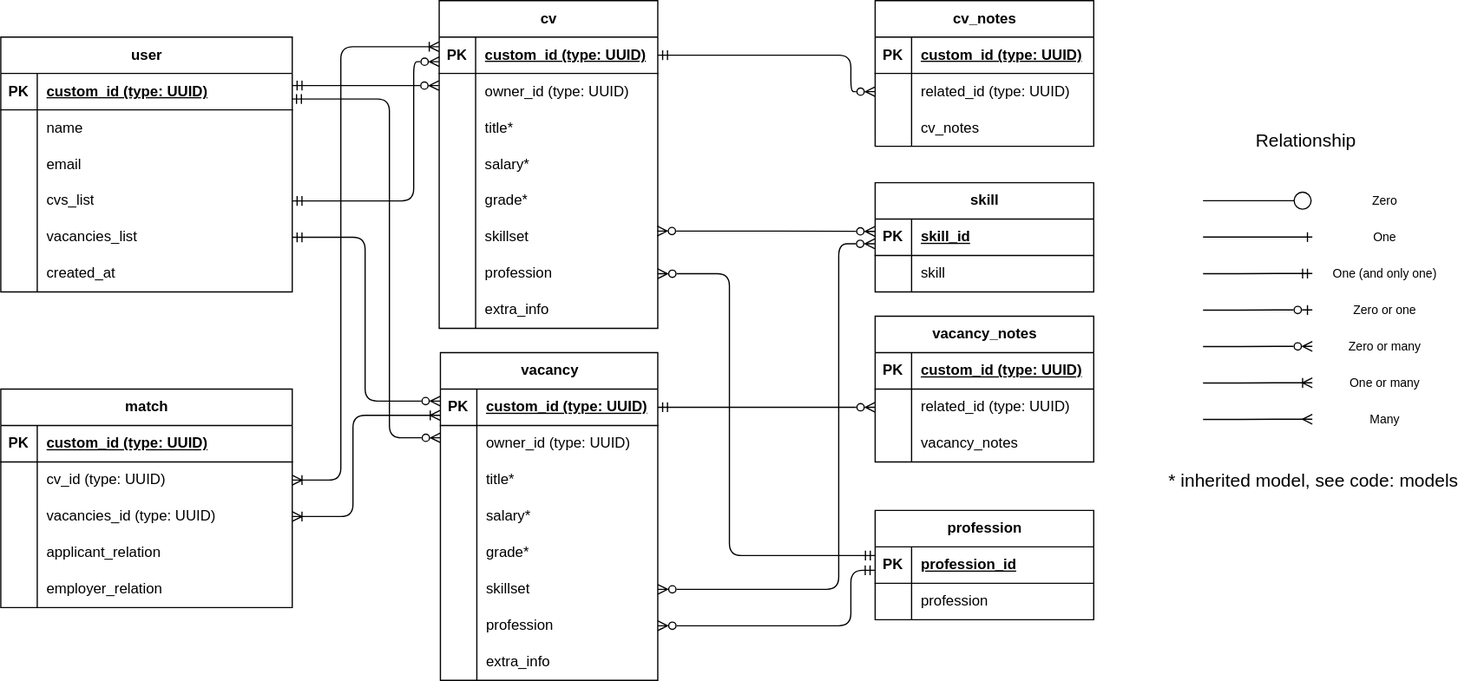
Above: schemabd.svg in BarankinaWork/test (draw.io), before the change. Source tidied: cells renumbered, new cells last; positions are measured from the earlier drawing's top-left corner, leaving out a move shared by most shapes.
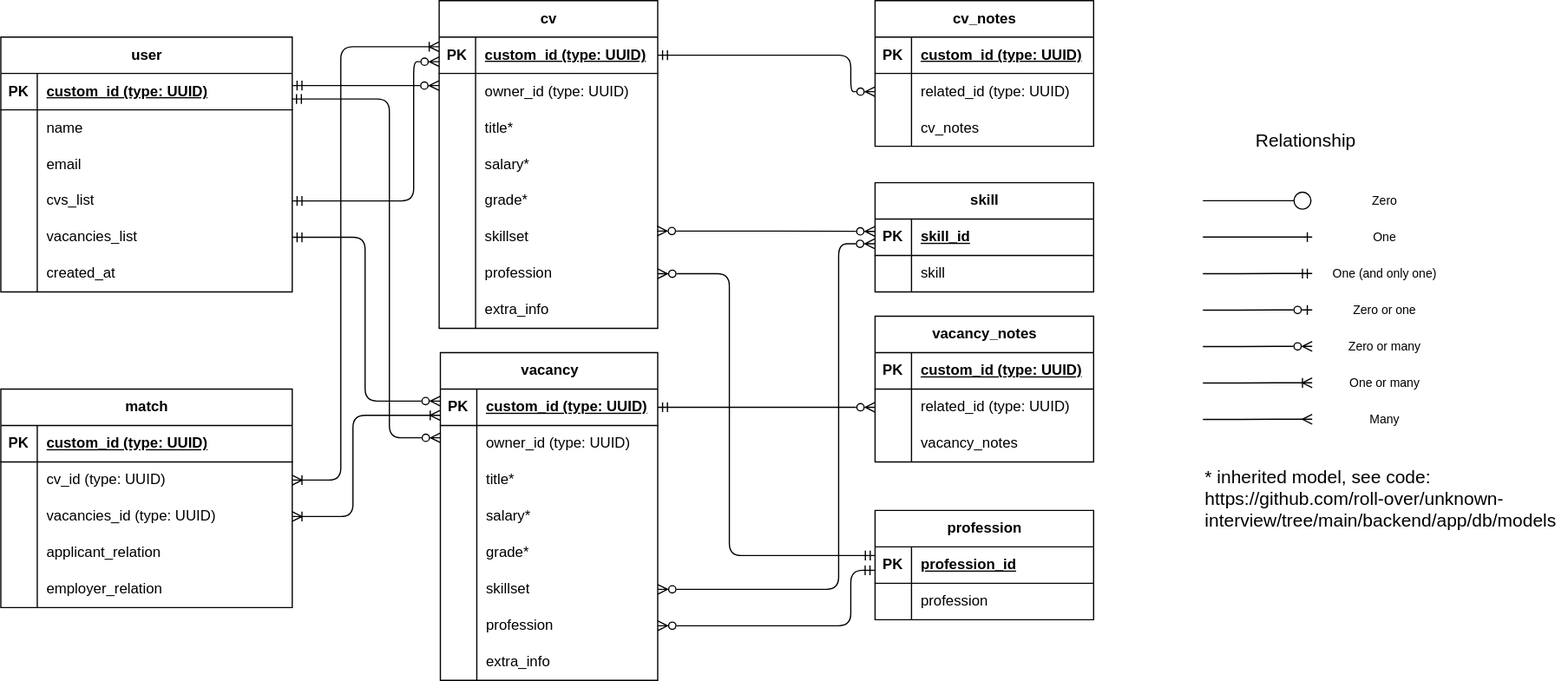
Later version of the same file.

Change to the diagram source:
```diff
@@ -501,8 +501,8 @@
     <mxCell id="147" value="Zero or one" style="text;html=1;strokeColor=none;fillColor=none;align=center;verticalAlign=middle;whiteSpace=wrap;rounded=0;fontSize=10;" parent="1" vertex="1">
       <mxGeometry x="1085" y="240" width="110" height="30" as="geometry" />
     </mxCell>
-    <mxCell id="148" value="* inherited model, see code: &lt;a style=&quot;font-size: 15px;&quot; href=&quot;https://github.com/roll-over/unknown-interview/tree/main/backend/app/db/models&quot;&gt;models&lt;/a&gt;" style="text;html=1;strokeColor=none;fillColor=none;align=left;verticalAlign=middle;whiteSpace=wrap;rounded=0;fontSize=15;" parent="1" vertex="1">
-      <mxGeometry x="960" y="370" width="250" height="50" as="geometry" />
+    <mxCell id="148" value="* inherited model, see code: &lt;a style=&quot;font-size: 15px;&quot; href=&quot;https://github.com/roll-over/unknown-interview/tree/main/backend/app/db/models&quot;&gt;https://github.com/roll-over/unknown-interview/tree/main/backend/app/db/models&lt;/a&gt;" style="text;html=1;strokeColor=none;fillColor=none;align=left;verticalAlign=middle;whiteSpace=wrap;rounded=0;fontSize=15;" parent="1" vertex="1">
+      <mxGeometry x="990" y="370" width="300" height="80" as="geometry" />
     </mxCell>
   </root>
 </mxGraphModel>
```
